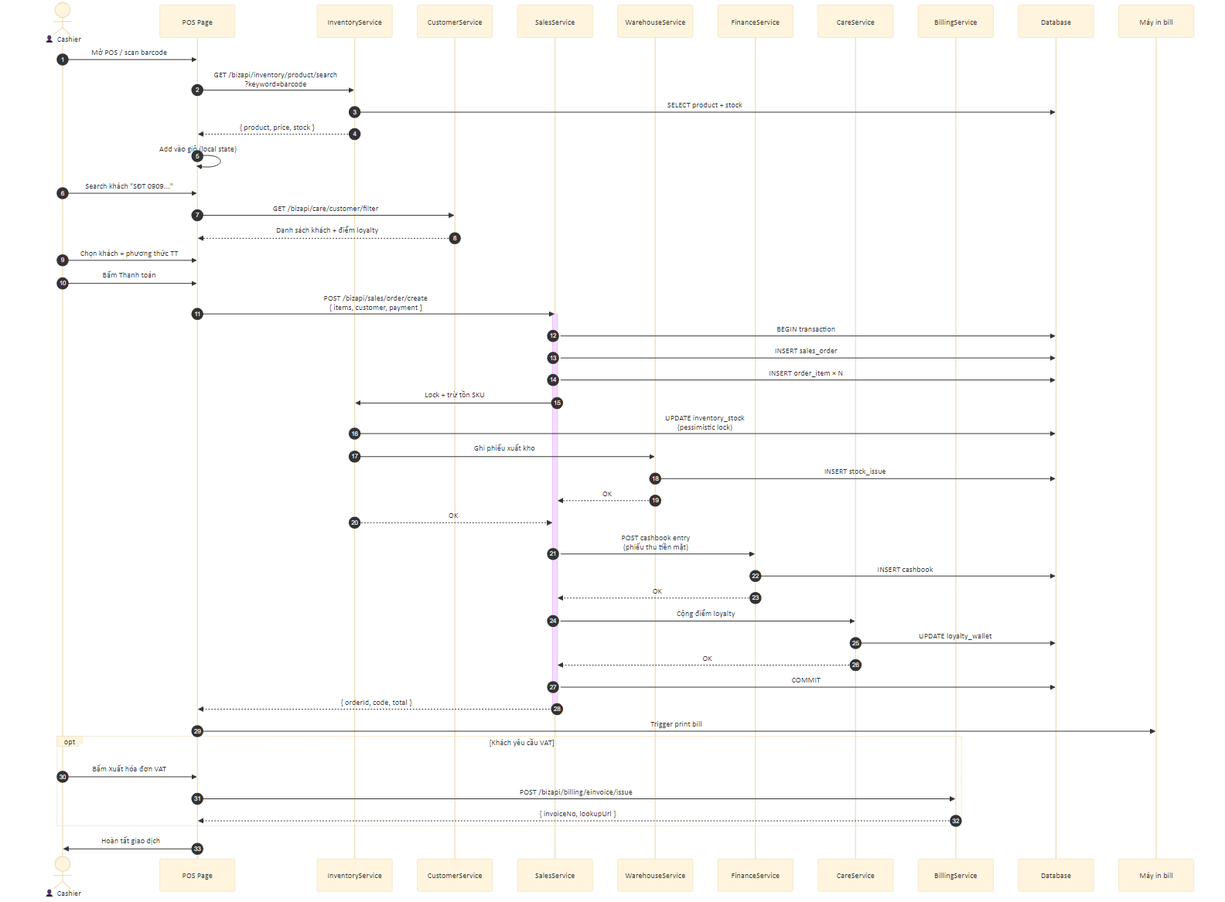
This is docs/sa/diagrams/06-scenario-pos-sale.png from ducdung872001/cloud-crm, a Mermaid export, as it was before one commit. Its source is kept beside it as docs/sa/diagrams/sources/06-scenario-pos-sale.mmd.
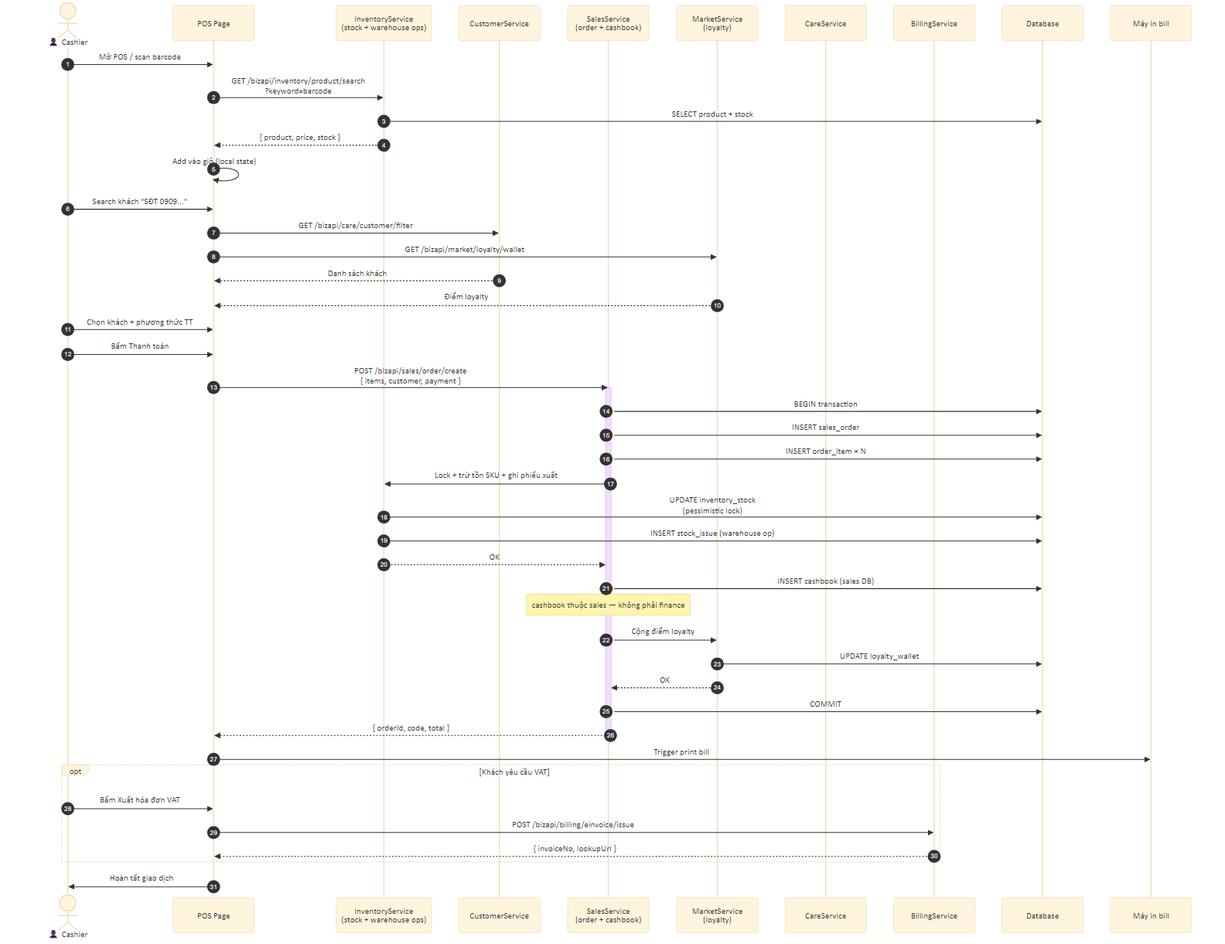
Later version of the same file.

The edit, as a diff of the source:
```diff
@@ -3,11 +3,10 @@
     autonumber
     actor CASH as 👤 Cashier
     participant POS as POS Page
-    participant INV as InventoryService
+    participant INV as InventoryService<br/>(stock + warehouse ops)
     participant CS as CustomerService
-    participant SS as SalesService
-    participant WH as WarehouseService
-    participant FS as FinanceService
+    participant SS as SalesService<br/>(order + cashbook)
+    participant MKT as MarketService<br/>(loyalty)
     participant CRS as CareService
     participant BS as BillingService
     participant DB as Database
@@ -20,7 +19,9 @@
     POS->>POS: Add vào giỏ (local state)
     CASH->>POS: Search khách "SĐT 0909..."
     POS->>CS: GET /bizapi/care/customer/filter
-    CS-->>POS: Danh sách khách + điểm loyalty
+    POS->>MKT: GET /bizapi/market/loyalty/wallet
+    CS-->>POS: Danh sách khách
+    MKT-->>POS: Điểm loyalty
     CASH->>POS: Chọn khách + phương thức TT
     CASH->>POS: Bấm Thanh toán
     POS->>SS: POST /bizapi/sales/order/create<br/>{ items, customer, payment }
@@ -28,18 +29,15 @@
     SS->>DB: BEGIN transaction
     SS->>DB: INSERT sales_order
     SS->>DB: INSERT order_item × N
-    SS->>INV: Lock + trừ tồn SKU
+    SS->>INV: Lock + trừ tồn SKU + ghi phiếu xuất
     INV->>DB: UPDATE inventory_stock<br/>(pessimistic lock)
-    INV->>WH: Ghi phiếu xuất kho
-    WH->>DB: INSERT stock_issue
-    WH-->>SS: OK
+    INV->>DB: INSERT stock_issue (warehouse op)
     INV-->>SS: OK
-    SS->>FS: POST cashbook entry<br/>(phiếu thu tiền mặt)
-    FS->>DB: INSERT cashbook
-    FS-->>SS: OK
-    SS->>CRS: Cộng điểm loyalty
-    CRS->>DB: UPDATE loyalty_wallet
-    CRS-->>SS: OK
+    SS->>DB: INSERT cashbook (sales DB)
+    Note over SS: cashbook thuộc sales — không phải finance
+    SS->>MKT: Cộng điểm loyalty
+    MKT->>DB: UPDATE loyalty_wallet
+    MKT-->>SS: OK
     SS->>DB: COMMIT
     SS-->>POS: { orderId, code, total }
     deactivate SS
```
